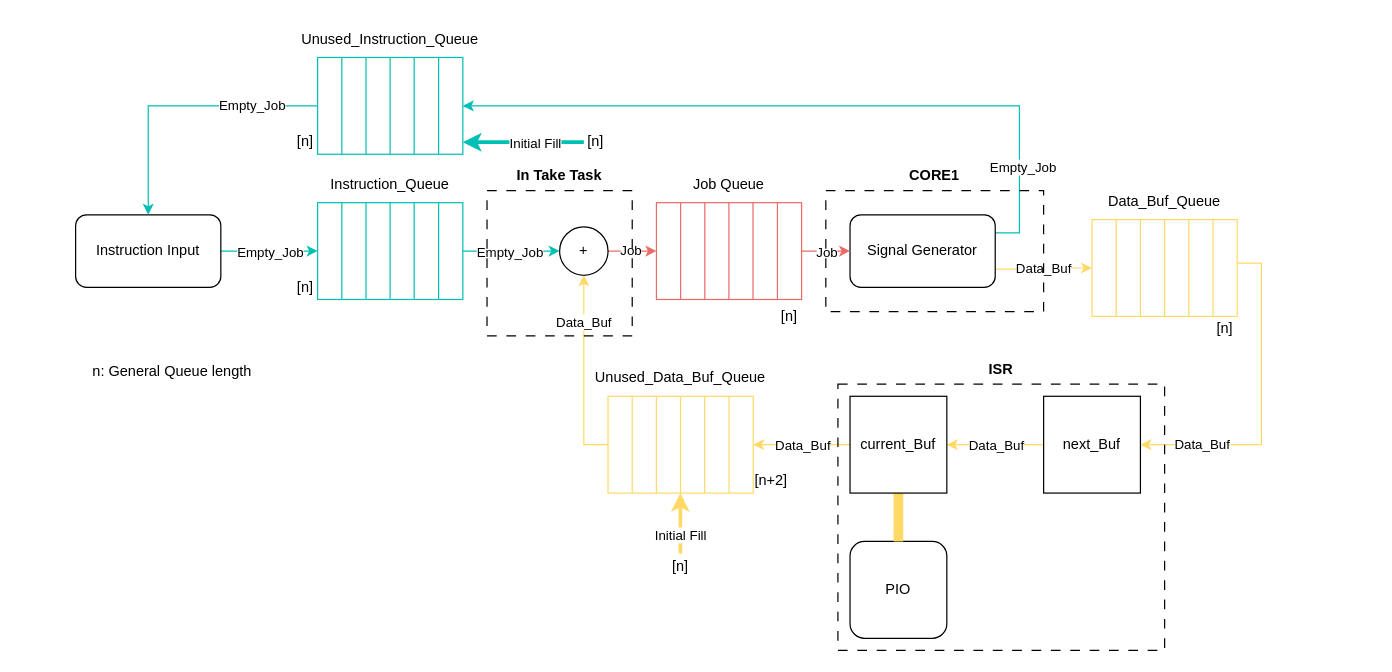
Above: docs/FlowChart-Jobs.drawio in AlexanderHD27/oscilloscope-rendering (draw.io), before the change. Source tidied: cells renumbered, new cells numbered last; positions are measured from the earlier drawing's top-left corner, leaving out a move shared by most shapes. Both pictures are drawn from the tidied source at 121%, with x=0, y=0 at pixel (75, 21).
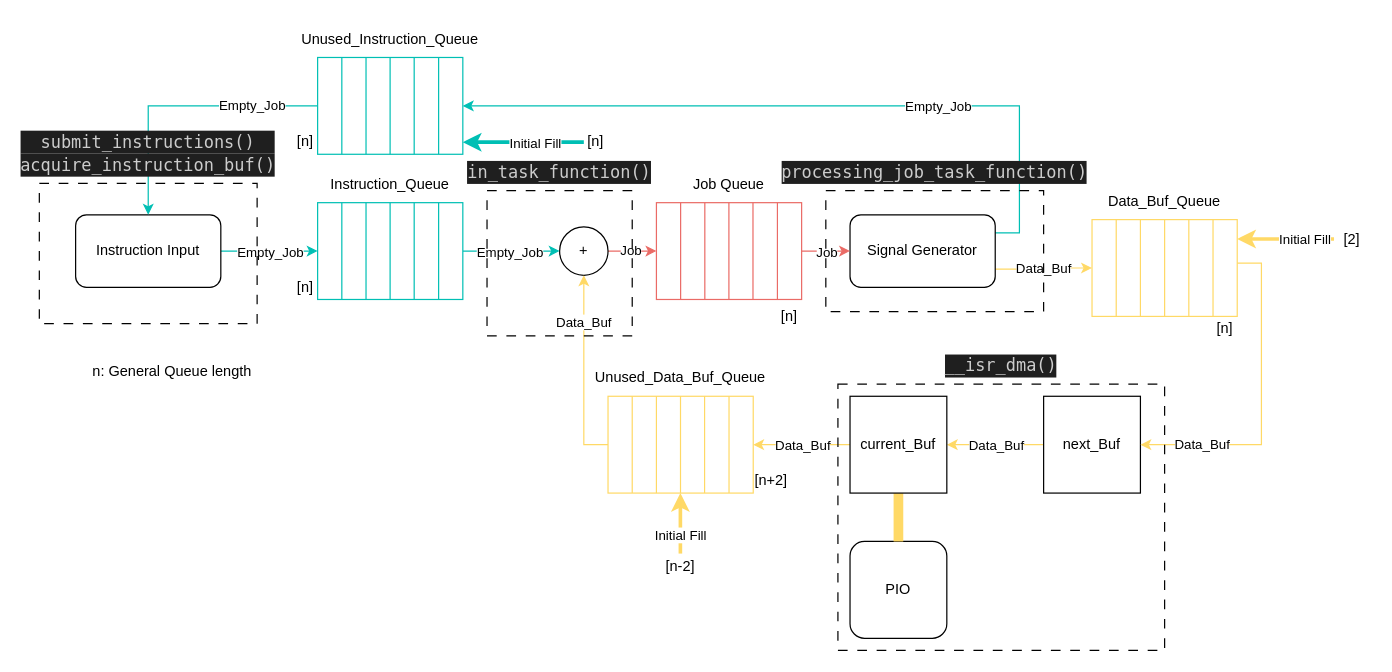
The same diagram, later.

Commit message (it also covers changes not shown here):
FlowChart: Updated some stuff and added task names

The change refers to these unchanged cells:
```xml
<mxCell id="28" style="edgeStyle=orthogonalEdgeStyle;rounded=0;jettySize=auto;html=1;exitX=1;exitY=0.25;exitDx=0;exitDy=0;entryX=1;entryY=0.5;entryDx=0;entryDy=0;strokeColor=#00BFB4;" parent="1" edge="1" source="32" target="18">
  <mxGeometry relative="1" as="geometry" />
</mxCell>
```

Change to the diagram source:
```diff
@@
     <mxCell id="29" value="Empty_Job" style="edgeLabel;html=1;align=center;verticalAlign=middle;" parent="28" vertex="1">
       <mxGeometry x="0.67" relative="1" as="geometry">
-        <mxPoint x="365" y="50" as="offset" />
+        <mxPoint x="295" as="offset" />
       </mxGeometry>
     </mxCell>
@@
-    <mxCell id="69" value="ISR" style="rounded=0;whiteSpace=wrap;html=1;fillColor=none;dashed=1;dashPattern=8 8;spacing=5;labelPosition=center;verticalLabelPosition=top;align=center;verticalAlign=bottom;fontStyle=1;" parent="1" vertex="1">
+    <mxCell id="69" value="&lt;div style=&quot;color: rgb(204, 204, 204); background-color: rgb(31, 31, 31); font-family: &amp;quot;UbuntuMono Nerd Font Propo&amp;quot;, &amp;quot;Droid Sans Mono&amp;quot;, &amp;quot;monospace&amp;quot;, monospace; font-weight: normal; font-size: 14px; line-height: 19px;&quot;&gt;__isr_dma()&lt;/div&gt;" style="rounded=0;whiteSpace=wrap;html=1;fillColor=none;dashed=1;dashPattern=8 8;spacing=5;labelPosition=center;verticalLabelPosition=top;align=center;verticalAlign=bottom;fontStyle=1;" parent="1" vertex="1">
       <mxGeometry x="630" y="300" width="270" height="220" as="geometry" />
     </mxCell>
@@
-    <mxCell id="72" value="CORE1" style="rounded=0;whiteSpace=wrap;html=1;fillColor=none;dashed=1;dashPattern=8 8;spacing=5;labelPosition=center;verticalLabelPosition=top;align=center;verticalAlign=bottom;fontStyle=1;" parent="1" vertex="1">
+    <mxCell id="72" value="&lt;div style=&quot;color: rgb(204, 204, 204); background-color: rgb(31, 31, 31); font-family: &amp;quot;UbuntuMono Nerd Font Propo&amp;quot;, &amp;quot;Droid Sans Mono&amp;quot;, &amp;quot;monospace&amp;quot;, monospace; font-weight: normal; font-size: 14px; line-height: 19px;&quot;&gt;processing_job_task_function()&lt;/div&gt;" style="rounded=0;whiteSpace=wrap;html=1;fillColor=none;dashed=1;dashPattern=8 8;spacing=5;labelPosition=center;verticalLabelPosition=top;align=center;verticalAlign=bottom;fontStyle=1;" parent="1" vertex="1">
       <mxGeometry x="620" y="140" width="180" height="100" as="geometry" />
     </mxCell>
@@
-    <mxCell id="77" value="In Take Task" style="rounded=0;whiteSpace=wrap;html=1;fillColor=none;dashed=1;dashPattern=8 8;spacing=5;labelPosition=center;verticalLabelPosition=top;align=center;verticalAlign=bottom;fontStyle=1;" parent="1" vertex="1">
+    <mxCell id="77" value="&lt;div style=&quot;color: rgb(204, 204, 204); background-color: rgb(31, 31, 31); font-family: &amp;quot;UbuntuMono Nerd Font Propo&amp;quot;, &amp;quot;Droid Sans Mono&amp;quot;, &amp;quot;monospace&amp;quot;, monospace; font-weight: normal; font-size: 14px; line-height: 19px;&quot;&gt;in_task_function()&lt;/div&gt;" style="rounded=0;whiteSpace=wrap;html=1;fillColor=none;dashed=1;dashPattern=8 8;spacing=5;labelPosition=center;verticalLabelPosition=top;align=center;verticalAlign=bottom;fontStyle=1;" parent="1" vertex="1">
       <mxGeometry x="340" y="140" width="120" height="120" as="geometry" />
     </mxCell>
@@
-    <mxCell id="85" value="[n]" style="text;html=1;strokeColor=none;fillColor=none;align=center;verticalAlign=middle;whiteSpace=wrap;rounded=0;" parent="1" vertex="1">
-      <mxGeometry x="490" y="440" width="20" height="21" as="geometry" />
+    <mxCell id="85" value="[n-2]" style="text;html=1;strokeColor=none;fillColor=none;align=center;verticalAlign=middle;whiteSpace=wrap;rounded=0;" parent="1" vertex="1">
+      <mxGeometry x="485" y="440" width="30" height="21" as="geometry" />
     </mxCell>
+    <mxCell id="86" value="&lt;div style=&quot;color: rgb(204, 204, 204); background-color: rgb(31, 31, 31); font-family: &amp;quot;UbuntuMono Nerd Font Propo&amp;quot;, &amp;quot;Droid Sans Mono&amp;quot;, &amp;quot;monospace&amp;quot;, monospace; font-weight: normal; font-size: 14px; line-height: 19px;&quot;&gt;submit_instructions()&lt;/div&gt;&lt;div style=&quot;color: rgb(204, 204, 204); background-color: rgb(31, 31, 31); font-family: &amp;quot;UbuntuMono Nerd Font Propo&amp;quot;, &amp;quot;Droid Sans Mono&amp;quot;, &amp;quot;monospace&amp;quot;, monospace; font-weight: normal; font-size: 14px; line-height: 19px;&quot;&gt;&lt;div style=&quot;line-height: 19px;&quot;&gt;acquire_instruction_buf()&lt;/div&gt;&lt;/div&gt;" style="rounded=0;whiteSpace=wrap;html=1;fillColor=none;dashed=1;dashPattern=8 8;spacing=5;labelPosition=center;verticalLabelPosition=top;align=center;verticalAlign=bottom;fontStyle=1;" parent="1" vertex="1">
+      <mxGeometry x="-30" y="134" width="180" height="116" as="geometry" />
+    </mxCell>
+    <mxCell id="87" style="endArrow=classic;html=1;rounded=0;strokeWidth=3;strokeColor=#FFD966;" parent="1" edge="1">
+      <mxGeometry relative="1" as="geometry">
+        <mxPoint x="1040" y="180" as="sourcePoint" />
+        <mxPoint x="960" y="180" as="targetPoint" />
+      </mxGeometry>
+    </mxCell>
+    <mxCell id="88" value="Initial Fill" style="edgeLabel;html=1;align=center;verticalAlign=middle;" parent="87" vertex="1">
+      <mxGeometry x="-0.37" relative="1" as="geometry" />
+    </mxCell>
+    <mxCell id="89" value="[2]" style="text;html=1;strokeColor=none;fillColor=none;align=center;verticalAlign=middle;whiteSpace=wrap;rounded=0;" parent="1" vertex="1">
+      <mxGeometry x="1040" y="170" width="30" height="21" as="geometry" />
+    </mxCell>
```
